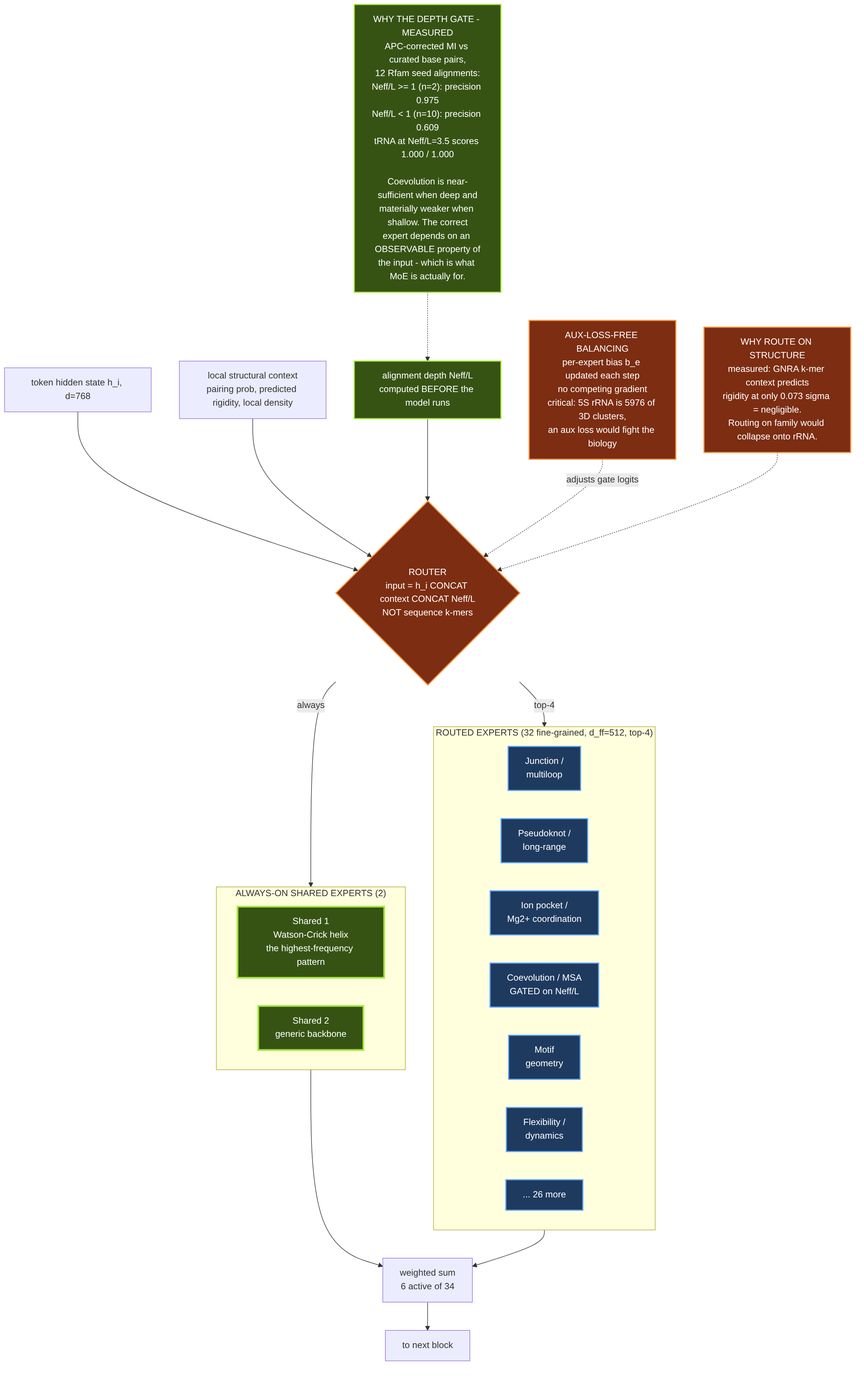
Before: research/architecture/diagrams/rendered/03-moe-routing.png, a diagram exported from Mermaid (E-Motioner-X-SBS/sbs-rna). Its source is kept beside it as research/architecture/diagrams/03-moe-routing.mmd.
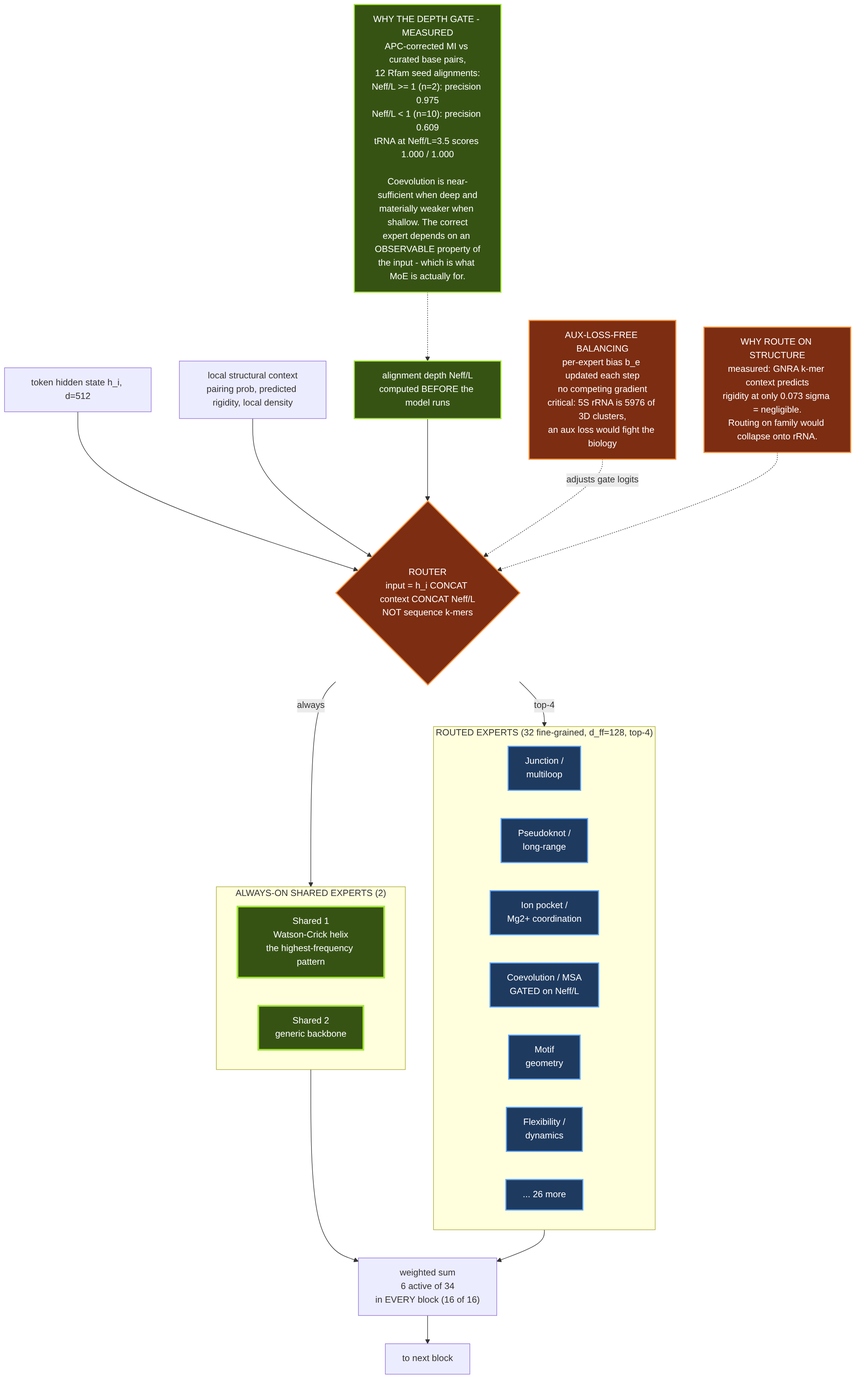
After the commit.

Change to the diagram source:
```diff
@@ -1,5 +1,5 @@
 graph TB
-    TOK["token hidden state h_i, d=768"]
+    TOK["token hidden state h_i, d=512"]
     CTX["local structural context<br/>pairing prob, predicted rigidity, local density"]
     DEPTH["alignment depth Neff/L<br/>computed BEFORE the model runs"]
     ROUTER{"ROUTER<br/>input = h_i CONCAT context CONCAT Neff/L<br/>NOT sequence k-mers"}
@@ -13,7 +13,7 @@
         S2["Shared 2<br/>generic backbone"]
     end
 
-    subgraph ROUTED["ROUTED EXPERTS (32 fine-grained, d_ff=512, top-4)"]
+    subgraph ROUTED["ROUTED EXPERTS (32 fine-grained, d_ff=128, top-4)"]
         E1["Junction /<br/>multiloop"]
         E2["Pseudoknot /<br/>long-range"]
         E3["Ion pocket /<br/>Mg2+ coordination"]
@@ -25,7 +25,7 @@
 
     ROUTER -->|always| SHARED
     ROUTER -->|"top-4"| ROUTED
-    SHARED --> SUM["weighted sum<br/>6 active of 34"]
+    SHARED --> SUM["weighted sum<br/>6 active of 34<br/>in EVERY block (16 of 16)"]
     ROUTED --> SUM
     SUM --> NEXT["to next block"]
 
```
